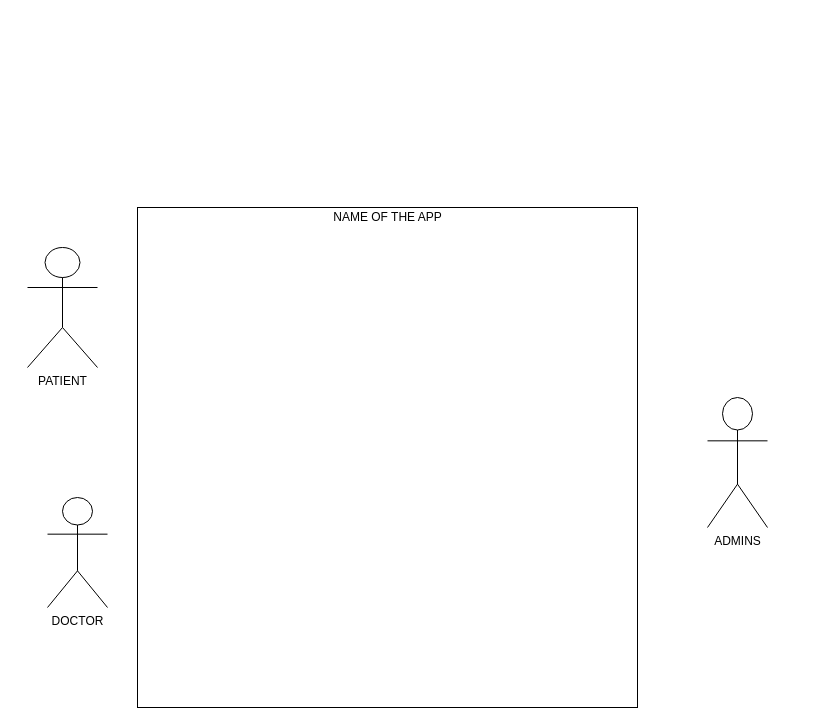
Before: Untitled Diagram.drawio in chendjou237/word-repo, a draw.io diagram. Source tidied: cells renumbered, new cells numbered last; positions are measured from the earlier drawing's top-left corner, leaving out a move shared by most shapes. Both pictures are drawn from the tidied source at 100%, with x=0, y=0 at pixel (27, 207).
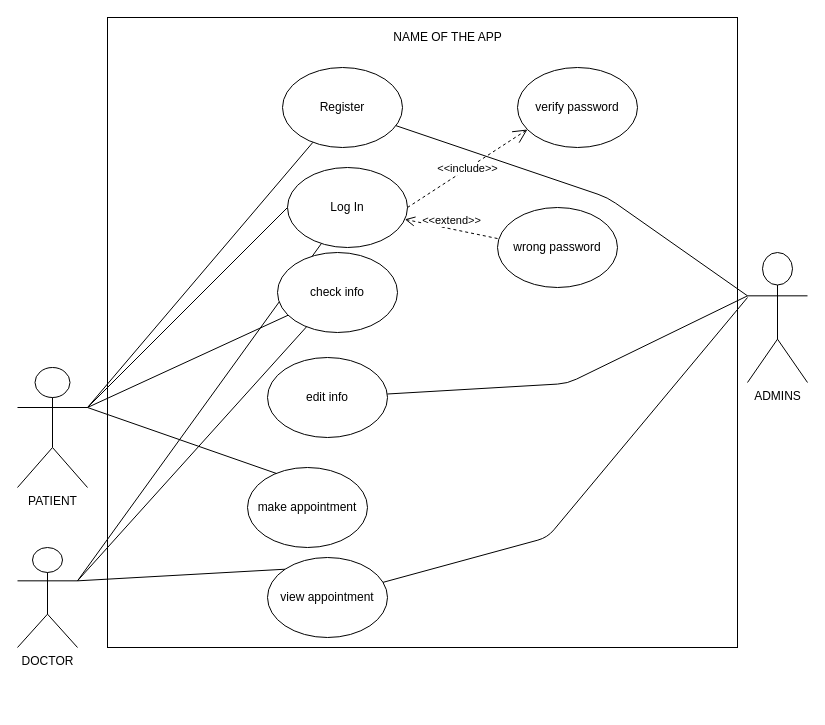
The same diagram, later.

What changed in the source:
```diff
@@
     <mxCell id="2" value="&lt;p align=&quot;center&quot;&gt;&lt;br&gt;&lt;/p&gt;" style="whiteSpace=wrap;html=1;align=center;" parent="1" vertex="1">
-      <mxGeometry x="110" width="500" height="500" as="geometry" />
+      <mxGeometry x="80" y="-190" width="630" height="630" as="geometry" />
     </mxCell>
     <mxCell id="3" value="NAME OF THE APP" style="text;html=1;align=center;verticalAlign=middle;strokeColor=none;" parent="1" vertex="1">
-      <mxGeometry x="300" width="120" height="20" as="geometry" />
+      <mxGeometry x="360" y="-180" width="120" height="20" as="geometry" />
     </mxCell>
     <mxCell id="4" value="PATIENT" style="shape=umlActor;verticalLabelPosition=bottom;verticalAlign=top;html=1;" parent="1" vertex="1">
-      <mxGeometry y="40" width="70" height="120" as="geometry" />
+      <mxGeometry x="-10" y="160" width="70" height="120" as="geometry" />
     </mxCell>
     <mxCell id="5" value="DOCTOR" style="shape=umlActor;verticalLabelPosition=bottom;verticalAlign=top;html=1;" parent="1" vertex="1">
-      <mxGeometry x="20" y="290" width="60" height="110" as="geometry" />
+      <mxGeometry x="-10" y="340" width="60" height="100" as="geometry" />
     </mxCell>
     <mxCell id="6" value="ADMINS" style="shape=umlActor;verticalLabelPosition=bottom;verticalAlign=top;html=1;direction=east;" parent="1" vertex="1">
-      <mxGeometry x="680" y="190" width="60" height="130" as="geometry" />
+      <mxGeometry x="720" y="45" width="60" height="130" as="geometry" />
     </mxCell>
+    <mxCell id="7" value="Log In" style="ellipse;whiteSpace=wrap;html=1;" parent="1" vertex="1">
+      <mxGeometry x="260" y="-40" width="120" height="80" as="geometry" />
+    </mxCell>
+    <mxCell id="8" value="Register" style="ellipse;whiteSpace=wrap;html=1;" parent="1" vertex="1">
+      <mxGeometry x="255" y="-140" width="120" height="80" as="geometry" />
+    </mxCell>
+    <mxCell id="9" value="make appointment" style="ellipse;whiteSpace=wrap;html=1;" parent="1" vertex="1">
+      <mxGeometry x="220" y="260" width="120" height="80" as="geometry" />
+    </mxCell>
+    <mxCell id="10" style="endArrow=none;html=1;" parent="1" edge="1" target="8">
+      <mxGeometry relative="1" as="geometry">
+        <mxPoint x="60" y="200" as="sourcePoint" />
+      </mxGeometry>
+    </mxCell>
+    <mxCell id="11" style="endArrow=none;html=1;entryX=0;entryY=0.5;entryDx=0;entryDy=0;" parent="1" edge="1" target="7">
+      <mxGeometry relative="1" as="geometry">
+        <mxPoint x="60" y="200" as="sourcePoint" />
+      </mxGeometry>
+    </mxCell>
+    <mxCell id="12" style="endArrow=none;html=1;entryX=0.242;entryY=0.075;entryDx=0;entryDy=0;exitX=1;exitY=0.3333333333333333;exitDx=0;exitDy=0;exitPerimeter=0;entryPerimeter=0;" parent="1" edge="1" source="4" target="9">
+      <mxGeometry relative="1" as="geometry" />
+    </mxCell>
+    <mxCell id="13" style="endArrow=none;html=1;exitX=1;exitY=0.3333333333333333;exitDx=0;exitDy=0;exitPerimeter=0;" parent="1" edge="1" source="4" target="18">
+      <mxGeometry relative="1" as="geometry" />
+    </mxCell>
+    <mxCell id="14" style="endArrow=none;html=1;exitX=1;exitY=0.3333333333333333;exitDx=0;exitDy=0;exitPerimeter=0;" parent="1" edge="1" source="5" target="7">
+      <mxGeometry relative="1" as="geometry" />
+    </mxCell>
+    <mxCell id="15" value="view appointment" style="ellipse;whiteSpace=wrap;html=1;" parent="1" vertex="1">
+      <mxGeometry x="240" y="350" width="120" height="80" as="geometry" />
+    </mxCell>
+    <mxCell id="16" style="endArrow=none;html=1;entryX=0;entryY=0;entryDx=0;entryDy=0;exitX=1;exitY=0.3333333333333333;exitDx=0;exitDy=0;exitPerimeter=0;" parent="1" edge="1" source="5" target="15">
+      <mxGeometry relative="1" as="geometry" />
+    </mxCell>
+    <mxCell id="17" style="endArrow=none;html=1;exitX=1;exitY=0.3333333333333333;exitDx=0;exitDy=0;exitPerimeter=0;" parent="1" edge="1" source="5" target="18">
+      <mxGeometry relative="1" as="geometry" />
+    </mxCell>
+    <mxCell id="18" value="check info" style="ellipse;whiteSpace=wrap;html=1;" parent="1" vertex="1">
+      <mxGeometry x="250" y="45" width="120" height="80" as="geometry" />
+    </mxCell>
+    <mxCell id="19" style="endArrow=none;html=1;entryX=0;entryY=0.3333333333333333;entryDx=0;entryDy=0;entryPerimeter=0;" parent="1" edge="1" source="8" target="6">
+      <mxGeometry relative="1" as="geometry">
+        <Array as="points">
+          <mxPoint x="580" y="-10" />
+        </Array>
+      </mxGeometry>
+    </mxCell>
+    <mxCell id="20" value="edit info" style="ellipse;whiteSpace=wrap;html=1;" parent="1" vertex="1">
+      <mxGeometry x="240" y="150" width="120" height="80" as="geometry" />
+    </mxCell>
+    <mxCell id="21" value="wrong password" style="ellipse;whiteSpace=wrap;html=1;" parent="1" vertex="1">
+      <mxGeometry x="470" width="120" height="80" as="geometry" />
+    </mxCell>
+    <mxCell id="22" value="verify password" style="ellipse;whiteSpace=wrap;html=1;" parent="1" vertex="1">
+      <mxGeometry x="490" y="-140" width="120" height="80" as="geometry" />
+    </mxCell>
+    <mxCell id="23" value="&amp;lt;&amp;lt;include&amp;gt;&amp;gt;" style="endArrow=open;endSize=12;dashed=1;html=1;exitX=1;exitY=0.5;exitDx=0;exitDy=0;entryX=0.083;entryY=0.775;entryDx=0;entryDy=0;entryPerimeter=0;" parent="1" edge="1" source="7" target="22">
+      <mxGeometry relative="1" as="geometry" />
+    </mxCell>
+    <mxCell id="24" value="&amp;lt;&amp;lt;extend&amp;gt;&amp;gt;" style="html=1;verticalAlign=bottom;endArrow=open;dashed=1;endSize=8;exitX=0;exitY=0.388;exitDx=0;exitDy=0;exitPerimeter=0;" parent="1" edge="1" source="21" target="7">
+      <mxGeometry relative="1" as="geometry" />
+    </mxCell>
+    <mxCell id="25" style="endArrow=none;html=1;entryX=0;entryY=0.3333333333333333;entryDx=0;entryDy=0;entryPerimeter=0;" parent="1" edge="1" source="20" target="6">
+      <mxGeometry relative="1" as="geometry">
+        <Array as="points">
+          <mxPoint x="540" y="176" />
+        </Array>
+      </mxGeometry>
+    </mxCell>
+    <mxCell id="26" style="endArrow=none;html=1;" parent="1" edge="1" source="15">
+      <mxGeometry relative="1" as="geometry">
+        <mxPoint x="720" y="90" as="targetPoint" />
+        <Array as="points">
+          <mxPoint x="520" y="330" />
+        </Array>
+      </mxGeometry>
+    </mxCell>
```
